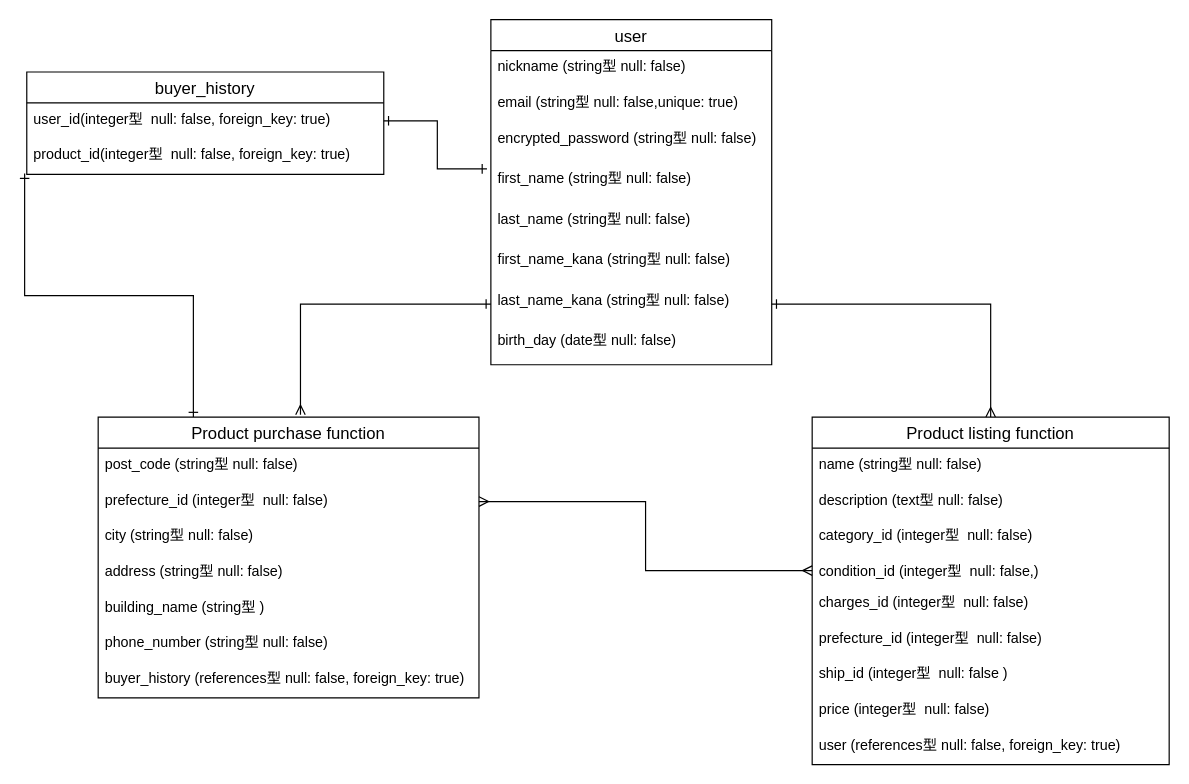
Above: furima.dio in ocha185/furima-33547 (draw.io), before the change. Source tidied: cells renumbered, new cells numbered last; positions are measured from the earlier drawing's top-left corner, leaving out a move shared by most shapes. Both pictures are drawn from the tidied source at 119%, with x=0, y=0 at pixel (26, 19).
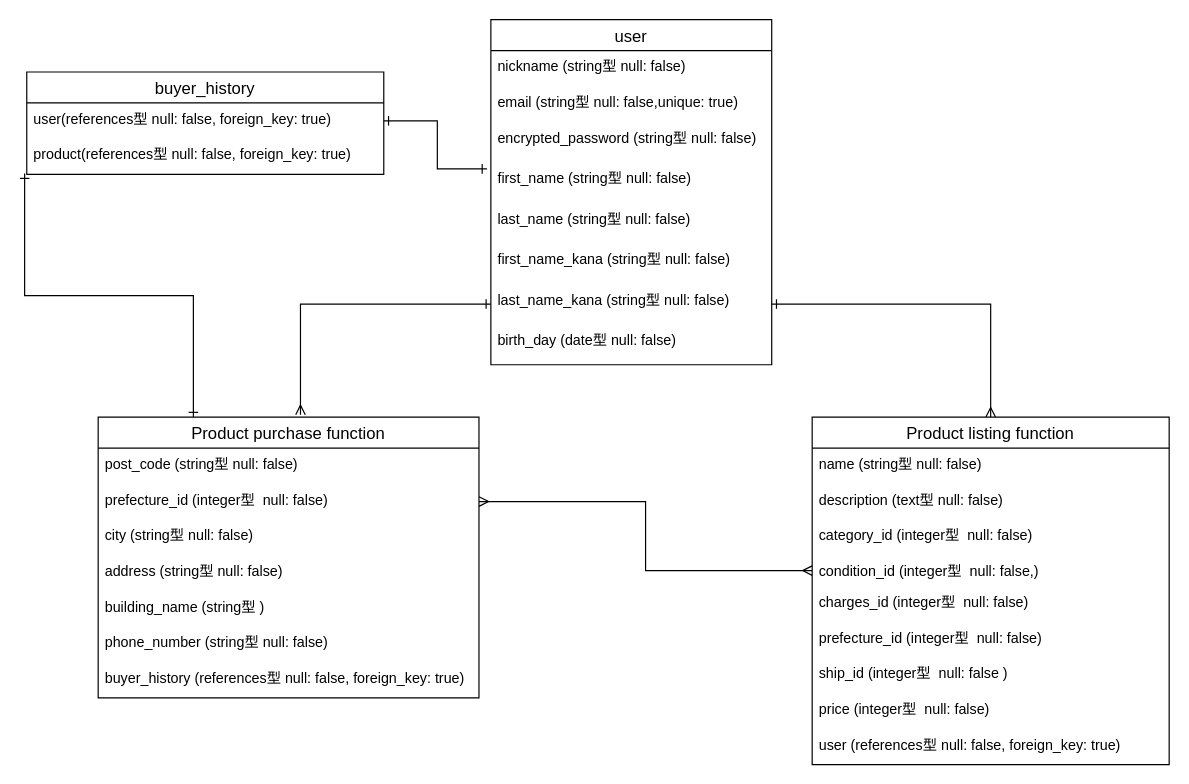
After the change.

Commit message (it also covers changes not shown here):
データベースの修正10

Unchanged cells that the change refers to:
```xml
<mxCell id="33" value="buyer_history" style="swimlane;fontStyle=0;horizontal=1;startSize=26;align=center;fontSize=14;" parent="1" vertex="1">
  <mxGeometry y="44" width="300" height="86" as="geometry" />
</mxCell>
```

Change to the diagram source:
```diff
@@
-    <mxCell id="34" value="user_id(integer型  null: false, foreign_key: true)" style="text;strokeColor=none;fillColor=none;spacingLeft=4;spacingRight=4;overflow=hidden;points=[[0,0.5],[1,0.5]];portConstraint=eastwest;fontSize=12;" parent="33" vertex="1">
+    <mxCell id="34" value="user(references型 null: false, foreign_key: true)" style="text;strokeColor=none;fillColor=none;spacingLeft=4;spacingRight=4;overflow=hidden;points=[[0,0.5],[1,0.5]];portConstraint=eastwest;fontSize=12;" parent="33" vertex="1">
       <mxGeometry y="26" width="300" height="30" as="geometry" />
     </mxCell>
-    <mxCell id="35" value="product_id(integer型  null: false, foreign_key: true)" style="text;strokeColor=none;fillColor=none;spacingLeft=4;spacingRight=4;overflow=hidden;points=[[0,0.5],[1,0.5]];portConstraint=eastwest;fontSize=12;" parent="33" vertex="1">
+    <mxCell id="35" value="product(references型 null: false, foreign_key: true)" style="text;strokeColor=none;fillColor=none;spacingLeft=4;spacingRight=4;overflow=hidden;points=[[0,0.5],[1,0.5]];portConstraint=eastwest;fontSize=12;" parent="33" vertex="1">
       <mxGeometry y="56" width="300" height="30" as="geometry" />
     </mxCell>
```
